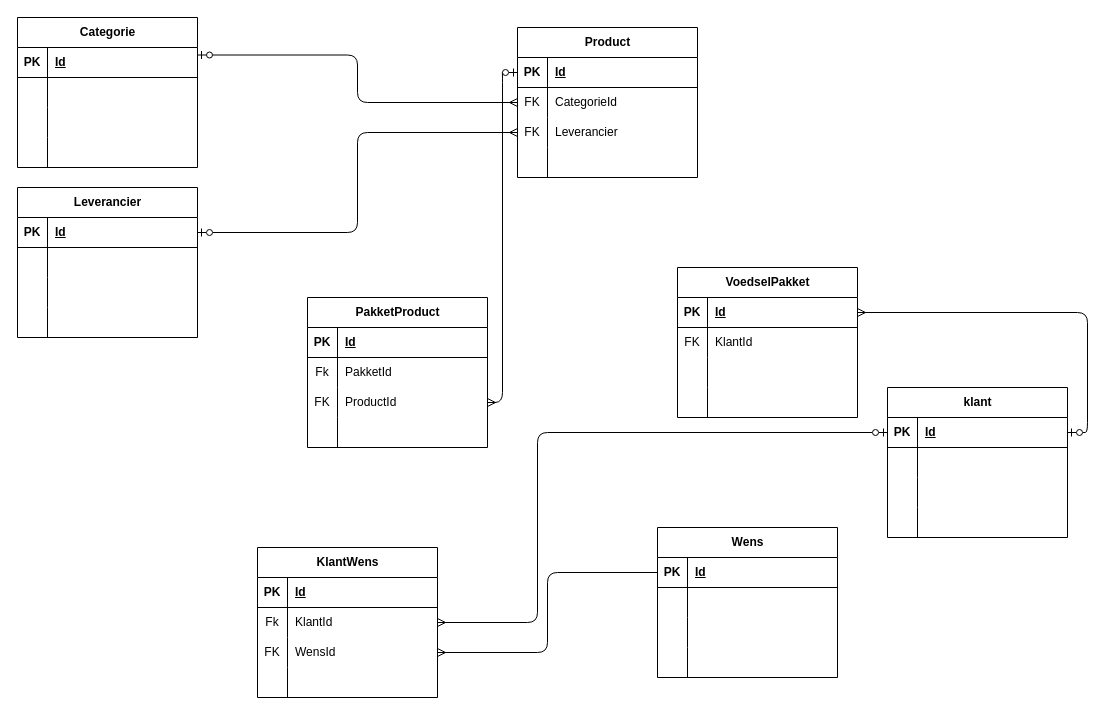
seppanhuis/voedselbank keeps this draw.io diagram as database/ERD/ERDVanIedereen.drawio. Above is the earlier version. Source tidied: cells renumbered, new cells numbered last; positions are measured from the earlier drawing's top-left corner, leaving out a move shared by most shapes. Both pictures are drawn from the tidied source at 100%, with x=0, y=0 at pixel (17, 17).
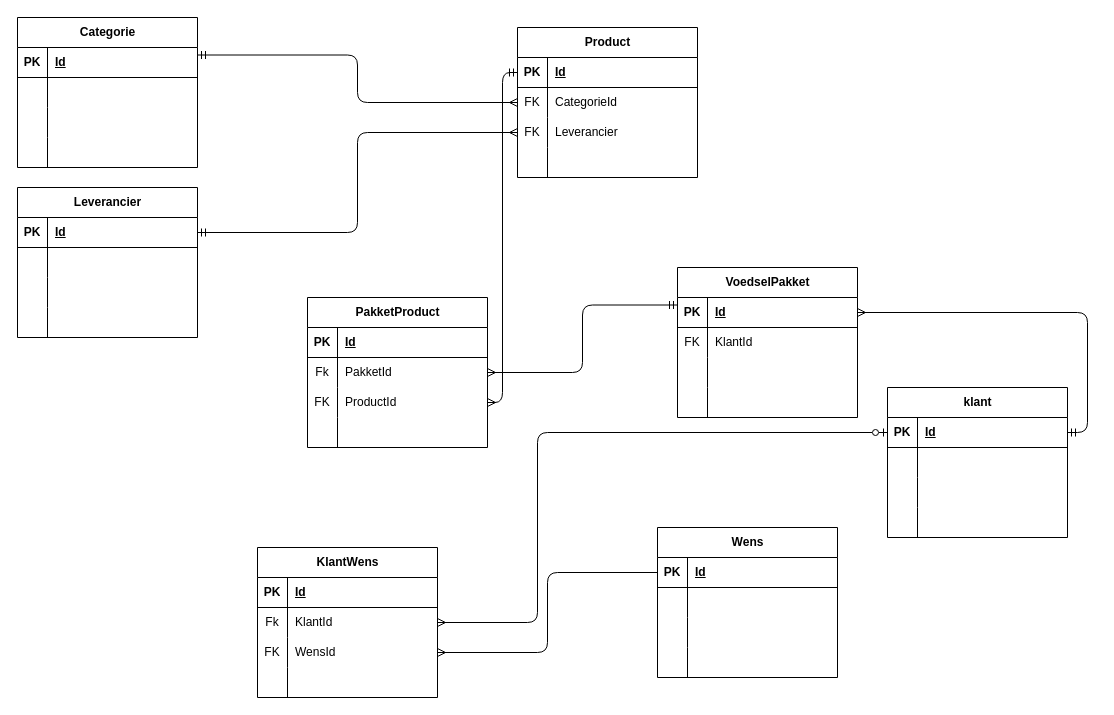
Above is the later version.

Commit message (it also covers changes not shown here):
ERDs verbeterd

Unchanged cells that the change refers to:
```xml
<mxCell id="3" style="shape=tableRow;horizontal=0;startSize=0;swimlaneHead=0;swimlaneBody=0;fillColor=none;points=[[0,0.5],[1,0.5]];portConstraint=eastwest;top=0;left=0;right=0;bottom=1;" parent="2" vertex="1">
  <mxGeometry y="30" width="180" height="30" as="geometry" />
</mxCell>
<mxCell id="15" value="Categorie" style="shape=table;startSize=30;childLayout=tableLayout;rowLines=0;fontStyle=1;align=center;html=1;" parent="1" vertex="1">
  <mxGeometry width="180" height="150" as="geometry" />
</mxCell>
<mxCell id="29" style="shape=tableRow;horizontal=0;startSize=0;swimlaneHead=0;swimlaneBody=0;fillColor=none;points=[[0,0.5],[1,0.5]];portConstraint=eastwest;top=0;left=0;right=0;bottom=1;" parent="28" vertex="1">
  <mxGeometry y="30" width="180" height="30" as="geometry" />
</mxCell>
<mxCell id="32" style="shape=tableRow;horizontal=0;startSize=0;swimlaneHead=0;swimlaneBody=0;fillColor=none;points=[[0,0.5],[1,0.5]];portConstraint=eastwest;top=0;left=0;right=0;bottom=0;" parent="28" vertex="1">
  <mxGeometry y="60" width="180" height="30" as="geometry" />
</mxCell>
<mxCell id="35" style="shape=tableRow;horizontal=0;startSize=0;swimlaneHead=0;swimlaneBody=0;fillColor=none;points=[[0,0.5],[1,0.5]];portConstraint=eastwest;top=0;left=0;right=0;bottom=0;" parent="28" vertex="1">
  <mxGeometry y="90" width="180" height="30" as="geometry" />
</mxCell>
<mxCell id="45" style="shape=tableRow;horizontal=0;startSize=0;swimlaneHead=0;swimlaneBody=0;fillColor=none;points=[[0,0.5],[1,0.5]];portConstraint=eastwest;top=0;left=0;right=0;bottom=0;" parent="41" vertex="1">
  <mxGeometry y="60" width="180" height="30" as="geometry" />
</mxCell>
<mxCell id="48" style="shape=tableRow;horizontal=0;startSize=0;swimlaneHead=0;swimlaneBody=0;fillColor=none;points=[[0,0.5],[1,0.5]];portConstraint=eastwest;top=0;left=0;right=0;bottom=0;" parent="41" vertex="1">
  <mxGeometry y="90" width="180" height="30" as="geometry" />
</mxCell>
<mxCell id="67" value="VoedselPakket" style="shape=table;startSize=30;childLayout=tableLayout;rowLines=0;fontStyle=1;align=center;html=1;" parent="1" vertex="1">
  <mxGeometry x="660" y="250" width="180" height="150" as="geometry" />
</mxCell>
<mxCell id="68" style="shape=tableRow;horizontal=0;startSize=0;swimlaneHead=0;swimlaneBody=0;fillColor=none;points=[[0,0.5],[1,0.5]];portConstraint=eastwest;top=0;left=0;right=0;bottom=1;" parent="67" vertex="1">
  <mxGeometry y="30" width="180" height="30" as="geometry" />
</mxCell>
<mxCell id="81" style="shape=tableRow;horizontal=0;startSize=0;swimlaneHead=0;swimlaneBody=0;fillColor=none;points=[[0,0.5],[1,0.5]];portConstraint=eastwest;top=0;left=0;right=0;bottom=1;" parent="80" vertex="1">
  <mxGeometry y="30" width="180" height="30" as="geometry" />
</mxCell>
```

Diff of the diagram source:
```diff
@@
-    <mxCell id="93" style="edgeStyle=orthogonalEdgeStyle;fontSize=12;html=1;endArrow=ERmany;endFill=0;startArrow=ERzeroToOne;startFill=0;exitX=1;exitY=0.25;exitDx=0;exitDy=0;entryX=0;entryY=0.5;entryDx=0;entryDy=0;" parent="1" edge="1" source="15" target="32">
+    <mxCell id="93" style="edgeStyle=orthogonalEdgeStyle;fontSize=12;html=1;endArrow=ERmany;endFill=0;startArrow=ERmandOne;startFill=0;exitX=1;exitY=0.25;exitDx=0;exitDy=0;entryX=0;entryY=0.5;entryDx=0;entryDy=0;" parent="1" edge="1" source="15" target="32">
       <mxGeometry relative="1" as="geometry" />
     </mxCell>
-    <mxCell id="94" style="edgeStyle=orthogonalEdgeStyle;fontSize=12;html=1;endArrow=ERmany;endFill=0;startArrow=ERzeroToOne;startFill=0;exitX=1;exitY=0.5;exitDx=0;exitDy=0;entryX=0;entryY=0.5;entryDx=0;entryDy=0;" parent="1" edge="1" source="3" target="35">
+    <mxCell id="94" style="edgeStyle=orthogonalEdgeStyle;fontSize=12;html=1;endArrow=ERmany;endFill=0;startArrow=ERmandOne;startFill=0;exitX=1;exitY=0.5;exitDx=0;exitDy=0;entryX=0;entryY=0.5;entryDx=0;entryDy=0;" parent="1" edge="1" source="3" target="35">
       <mxGeometry relative="1" as="geometry" />
     </mxCell>
-    <mxCell id="95" style="edgeStyle=orthogonalEdgeStyle;fontSize=12;html=1;endArrow=ERmany;endFill=0;startArrow=ERzeroToOne;startFill=0;exitX=0;exitY=0.5;exitDx=0;exitDy=0;entryX=1;entryY=0.5;entryDx=0;entryDy=0;" parent="1" edge="1" source="29" target="48">
+    <mxCell id="95" style="edgeStyle=orthogonalEdgeStyle;fontSize=12;html=1;endArrow=ERmany;endFill=0;startArrow=ERmandOne;startFill=0;exitX=0;exitY=0.5;exitDx=0;exitDy=0;entryX=1;entryY=0.5;entryDx=0;entryDy=0;" parent="1" edge="1" source="29" target="48">
       <mxGeometry relative="1" as="geometry" />
     </mxCell>
@@
-    <mxCell id="111" style="edgeStyle=orthogonalEdgeStyle;fontSize=12;html=1;endArrow=ERmany;exitX=1;exitY=0.5;exitDx=0;exitDy=0;entryX=1;entryY=0.5;entryDx=0;entryDy=0;startArrow=ERzeroToOne;startFill=0;" parent="1" edge="1" source="81" target="68">
+    <mxCell id="111" style="edgeStyle=orthogonalEdgeStyle;fontSize=12;html=1;endArrow=ERmany;exitX=1;exitY=0.5;exitDx=0;exitDy=0;entryX=1;entryY=0.5;entryDx=0;entryDy=0;startArrow=ERmandOne;startFill=0;" parent="1" edge="1" source="81" target="68">
       <mxGeometry relative="1" as="geometry">
         <Array as="points">
           <mxPoint x="1070" y="415" />
           <mxPoint x="1070" y="295" />
         </Array>
       </mxGeometry>
     </mxCell>
+    <mxCell id="112" style="edgeStyle=orthogonalEdgeStyle;fontSize=12;html=1;endArrow=ERmany;endFill=0;startArrow=ERmandOne;startFill=0;exitX=0;exitY=0.25;exitDx=0;exitDy=0;entryX=1;entryY=0.5;entryDx=0;entryDy=0;" parent="1" edge="1" source="67" target="45">
+      <mxGeometry relative="1" as="geometry" />
+    </mxCell>
```
